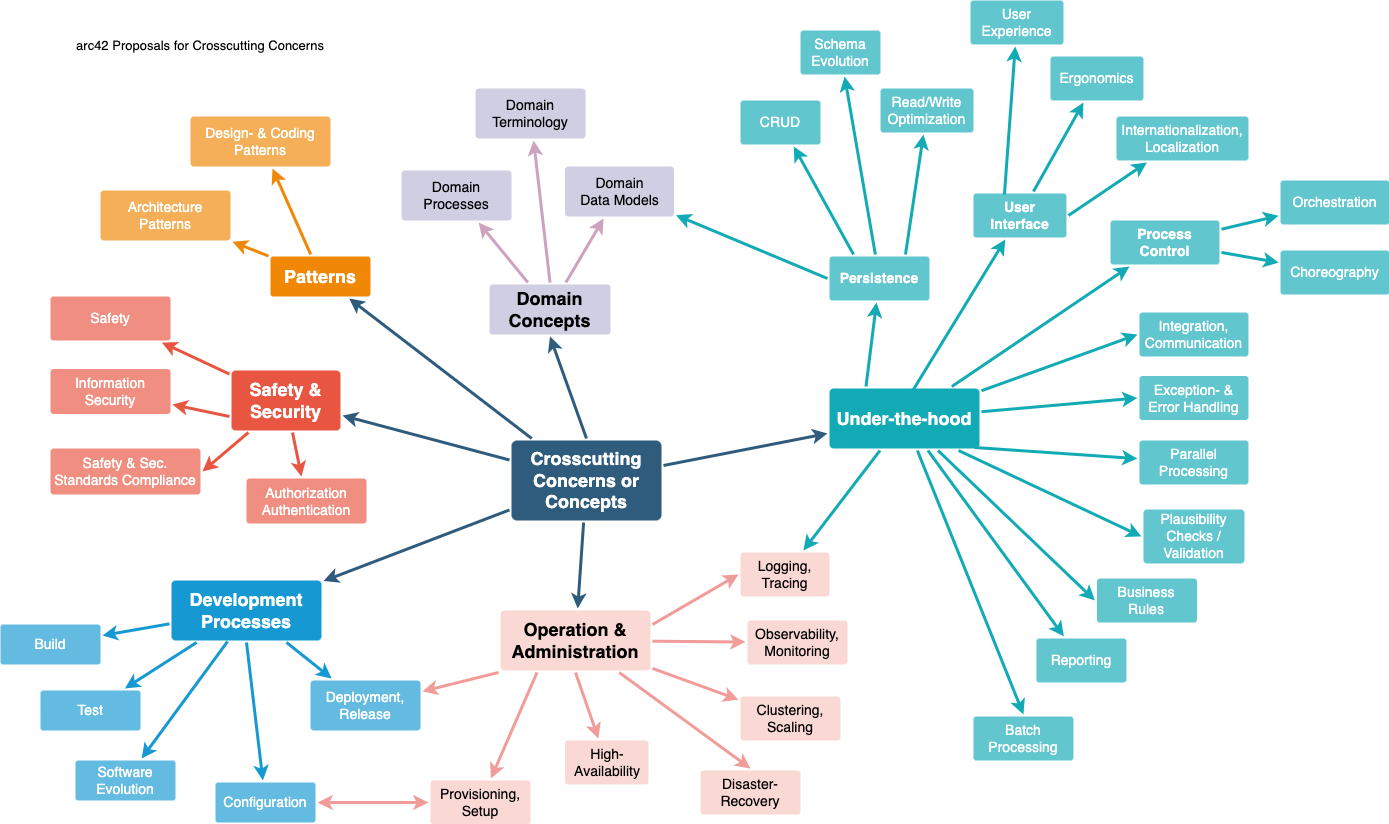
Above: images/08-concepts-DE.drawio.png in arc42/arc42-template (draw.io), before the change. Source tidied: cells renumbered, new cells last; positions are measured from the earlier drawing's top-left corner, leaving out a move shared by most shapes.
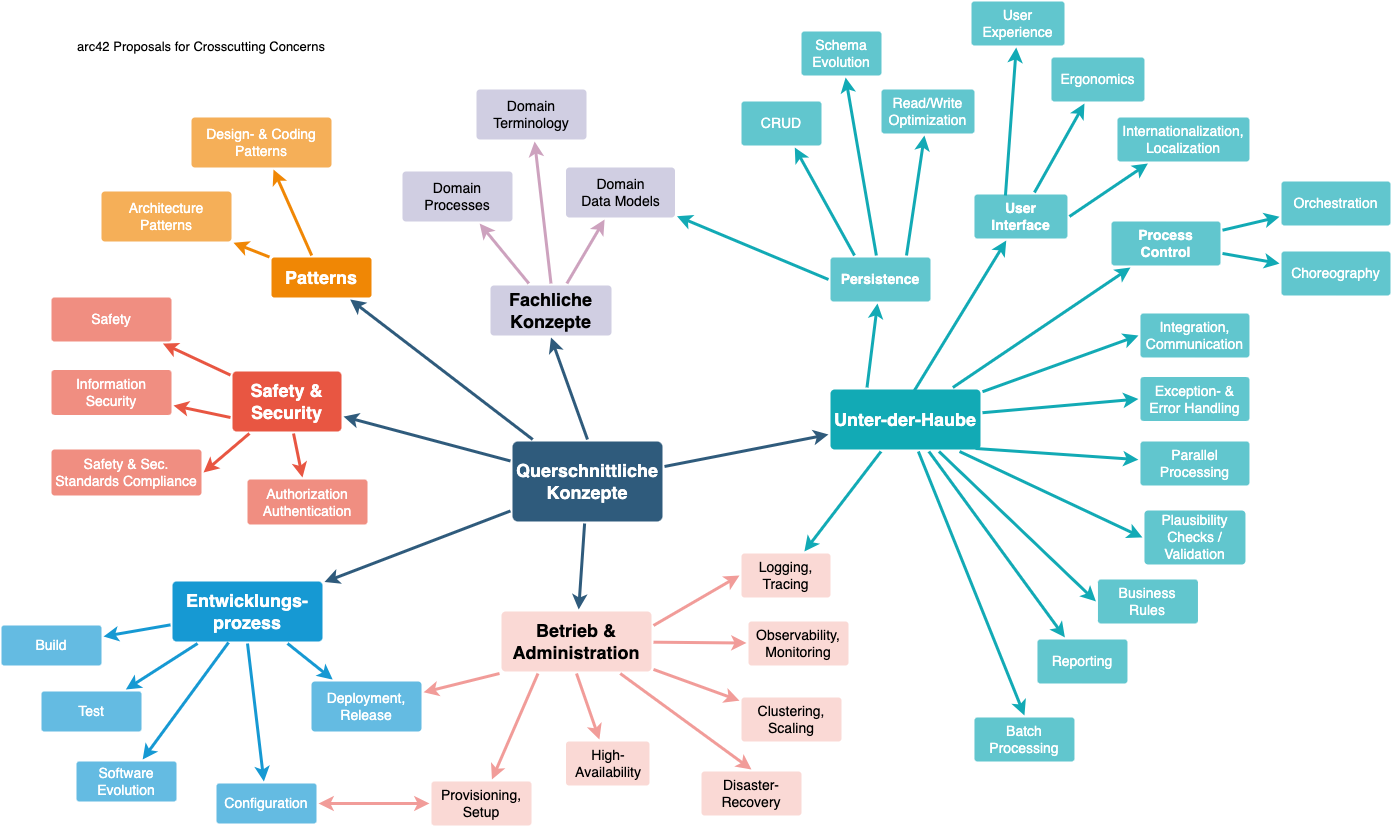
Above is the later version.

What changed in the source:
```diff
@@ -17,7 +17,7 @@
     <mxCell id="6" style="edgeStyle=none;rounded=1;jumpStyle=none;html=1;shadow=0;labelBackgroundColor=none;startArrow=none;startFill=0;endArrow=classic;endFill=1;jettySize=auto;strokeColor=#2F5B7C;strokeWidth=3;fontFamily=Helvetica;fontSize=16;fontColor=#23445D;spacing=5;" parent="1" edge="1" source="7" target="11">
       <mxGeometry relative="1" as="geometry" />
     </mxCell>
-    <mxCell id="7" value="Crosscutting&lt;div style=&quot;font-size: 18px;&quot;&gt;Concerns or&lt;/div&gt;&lt;div style=&quot;font-size: 18px;&quot;&gt;Concepts&lt;/div&gt;" style="rounded=1;whiteSpace=wrap;html=1;shadow=0;labelBackgroundColor=none;strokeColor=none;strokeWidth=3;fillColor=#2F5B7C;fontFamily=Helvetica;fontSize=18;fontColor=#FFFFFF;align=center;fontStyle=1;spacing=5;arcSize=7;perimeterSpacing=2;" parent="1" vertex="1">
+    <mxCell id="7" value="Querschnittliche&lt;br&gt;Konzepte" style="rounded=1;whiteSpace=wrap;html=1;shadow=0;labelBackgroundColor=none;strokeColor=none;strokeWidth=3;fillColor=#2F5B7C;fontFamily=Helvetica;fontSize=18;fontColor=#FFFFFF;align=center;fontStyle=1;spacing=5;arcSize=7;perimeterSpacing=2;" parent="1" vertex="1">
       <mxGeometry x="511" y="440" width="150" height="80" as="geometry" />
     </mxCell>
     <mxCell id="8" style="edgeStyle=none;rounded=1;jumpStyle=none;html=1;shadow=0;labelBackgroundColor=none;startArrow=none;startFill=0;jettySize=auto;strokeColor=#E85642;strokeWidth=3;fontFamily=Helvetica;fontSize=14;fontColor=#FFFFFF;spacing=5;fontStyle=1;fillColor=#b0e3e6;" parent="1" edge="1" source="11" target="14">
@@ -50,7 +50,7 @@
     <mxCell id="17" style="edgeStyle=none;rounded=1;jumpStyle=none;html=1;shadow=0;labelBackgroundColor=none;startArrow=none;startFill=0;endArrow=classic;endFill=1;jettySize=auto;strokeColor=#1699D3;strokeWidth=3;fontFamily=Helvetica;fontSize=14;fontColor=#FFFFFF;spacing=5;" parent="1" edge="1" source="18" target="19">
       <mxGeometry relative="1" as="geometry" />
     </mxCell>
-    <mxCell id="18" value="Development&lt;div style=&quot;font-size: 18px;&quot;&gt;Processes&lt;/div&gt;" style="rounded=1;whiteSpace=wrap;html=1;shadow=0;labelBackgroundColor=none;strokeColor=none;strokeWidth=3;fillColor=#1699d3;fontFamily=Helvetica;fontSize=18;fontColor=#FFFFFF;align=center;spacing=5;fontStyle=1;arcSize=7;perimeterSpacing=2;" parent="1" vertex="1">
+    <mxCell id="18" value="Entwicklungs-&lt;br&gt;prozess" style="rounded=1;whiteSpace=wrap;html=1;shadow=0;labelBackgroundColor=none;strokeColor=none;strokeWidth=3;fillColor=#1699d3;fontFamily=Helvetica;fontSize=18;fontColor=#FFFFFF;align=center;spacing=5;fontStyle=1;arcSize=7;perimeterSpacing=2;" parent="1" vertex="1">
       <mxGeometry x="171" y="580" width="150" height="60" as="geometry" />
     </mxCell>
     <mxCell id="19" value="Deployment,&lt;div&gt;Release&lt;/div&gt;" style="rounded=1;whiteSpace=wrap;html=1;shadow=0;labelBackgroundColor=none;strokeColor=none;strokeWidth=3;fillColor=#64bbe2;fontFamily=Helvetica;fontSize=14;fontColor=#FFFFFF;align=center;spacing=5;arcSize=7;perimeterSpacing=2;" parent="1" vertex="1">
@@ -77,7 +77,7 @@
     <mxCell id="26" style="edgeStyle=none;rounded=1;jumpStyle=none;html=1;shadow=0;labelBackgroundColor=none;startArrow=none;startFill=0;endArrow=classic;endFill=1;jettySize=auto;strokeColor=#F08705;strokeWidth=3;fontFamily=Helvetica;fontSize=14;fontColor=#FFFFFF;spacing=5;" parent="1" edge="1" source="22" target="25">
       <mxGeometry relative="1" as="geometry" />
     </mxCell>
-    <mxCell id="27" value="Under-the-hood" style="rounded=1;whiteSpace=wrap;html=1;shadow=0;labelBackgroundColor=none;strokeColor=none;strokeWidth=3;fillColor=#12aab5;fontFamily=Helvetica;fontSize=18;fontColor=#FFFFFF;align=center;spacing=5;fontStyle=1;arcSize=7;perimeterSpacing=2;" parent="1" vertex="1">
+    <mxCell id="27" value="Unter-der-Haube" style="rounded=1;whiteSpace=wrap;html=1;shadow=0;labelBackgroundColor=none;strokeColor=none;strokeWidth=3;fillColor=#12aab5;fontFamily=Helvetica;fontSize=18;fontColor=#FFFFFF;align=center;spacing=5;fontStyle=1;arcSize=7;perimeterSpacing=2;" parent="1" vertex="1">
       <mxGeometry x="829" y="388" width="150" height="60" as="geometry" />
     </mxCell>
     <mxCell id="28" style="edgeStyle=none;rounded=1;jumpStyle=none;html=1;shadow=0;labelBackgroundColor=none;startArrow=none;startFill=0;jettySize=auto;strokeColor=#12AAB5;strokeWidth=3;fontFamily=Helvetica;fontSize=14;fontColor=#FFFFFF;spacing=5;fontStyle=1;fillColor=#b0e3e6;" parent="1" edge="1" source="27" target="53">
@@ -110,7 +110,7 @@
     <mxCell id="37" style="edgeStyle=none;rounded=1;jumpStyle=none;html=1;shadow=0;labelBackgroundColor=none;startArrow=none;startFill=0;endArrow=classic;endFill=1;jettySize=auto;strokeColor=#1699D3;strokeWidth=3;fontFamily=Helvetica;fontSize=14;fontColor=#FFFFFF;spacing=5;exitX=0.5;exitY=1;exitDx=0;exitDy=0;" parent="1" edge="1" source="18" target="36">
       <mxGeometry relative="1" as="geometry" />
     </mxCell>
-    <mxCell id="38" value="Domain&lt;div style=&quot;font-size: 18px;&quot;&gt;Concepts&lt;/div&gt;" style="rounded=1;whiteSpace=wrap;html=1;shadow=0;labelBackgroundColor=none;strokeColor=none;strokeWidth=3;fillColor=#d0cee2;fontFamily=Helvetica;fontSize=18;align=center;spacing=5;fontStyle=1;arcSize=7;perimeterSpacing=2;" parent="1" vertex="1">
+    <mxCell id="38" value="Fachliche&lt;br&gt;Konzepte" style="rounded=1;whiteSpace=wrap;html=1;shadow=0;labelBackgroundColor=none;strokeColor=none;strokeWidth=3;fillColor=#d0cee2;fontFamily=Helvetica;fontSize=18;align=center;spacing=5;fontStyle=1;arcSize=7;perimeterSpacing=2;" parent="1" vertex="1">
       <mxGeometry x="489" y="284" width="121" height="50" as="geometry" />
     </mxCell>
     <mxCell id="39" style="edgeStyle=none;rounded=1;jumpStyle=none;html=1;shadow=0;labelBackgroundColor=none;startArrow=none;startFill=0;endArrow=classic;endFill=1;jettySize=auto;strokeColor=#2F5B7C;strokeWidth=3;fontFamily=Helvetica;fontSize=16;fontColor=#23445D;spacing=5;entryX=0.5;entryY=1;entryDx=0;entryDy=0;exitX=0.5;exitY=0;exitDx=0;exitDy=0;" parent="1" edge="1" source="7" target="38">
@@ -149,7 +149,7 @@
     <mxCell id="50" value="Business&lt;div&gt;Rules&lt;/div&gt;" style="rounded=1;whiteSpace=wrap;html=1;shadow=0;labelBackgroundColor=none;strokeColor=none;strokeWidth=3;fillColor=#61c6ce;fontFamily=Helvetica;fontSize=14;fontColor=#FFFFFF;align=center;spacing=5;fontStyle=0;arcSize=7;perimeterSpacing=2;" parent="1" vertex="1">
       <mxGeometry x="1096.5" y="578" width="100" height="44" as="geometry" />
     </mxCell>
-    <mxCell id="51" value="Operation &amp;amp;&lt;div style=&quot;font-size: 18px;&quot;&gt;Administration&lt;/div&gt;" style="rounded=1;whiteSpace=wrap;html=1;shadow=0;labelBackgroundColor=none;strokeColor=none;strokeWidth=3;fillColor=#fad9d5;fontFamily=Helvetica;fontSize=18;align=center;spacing=5;fontStyle=1;arcSize=7;perimeterSpacing=2;" parent="1" vertex="1">
+    <mxCell id="51" value="Betrieb &amp;amp;&lt;div style=&quot;font-size: 18px;&quot;&gt;Administration&lt;/div&gt;" style="rounded=1;whiteSpace=wrap;html=1;shadow=0;labelBackgroundColor=none;strokeColor=none;strokeWidth=3;fillColor=#fad9d5;fontFamily=Helvetica;fontSize=18;align=center;spacing=5;fontStyle=1;arcSize=7;perimeterSpacing=2;" parent="1" vertex="1">
       <mxGeometry x="500" y="610" width="150" height="60" as="geometry" />
     </mxCell>
     <mxCell id="52" style="edgeStyle=none;rounded=1;jumpStyle=none;html=1;shadow=0;labelBackgroundColor=none;startArrow=none;startFill=0;endArrow=classic;endFill=1;jettySize=auto;strokeColor=#2F5B7C;strokeWidth=3;fontFamily=Helvetica;fontSize=16;fontColor=#23445D;spacing=5;" parent="1" edge="1" source="7" target="51">
```
